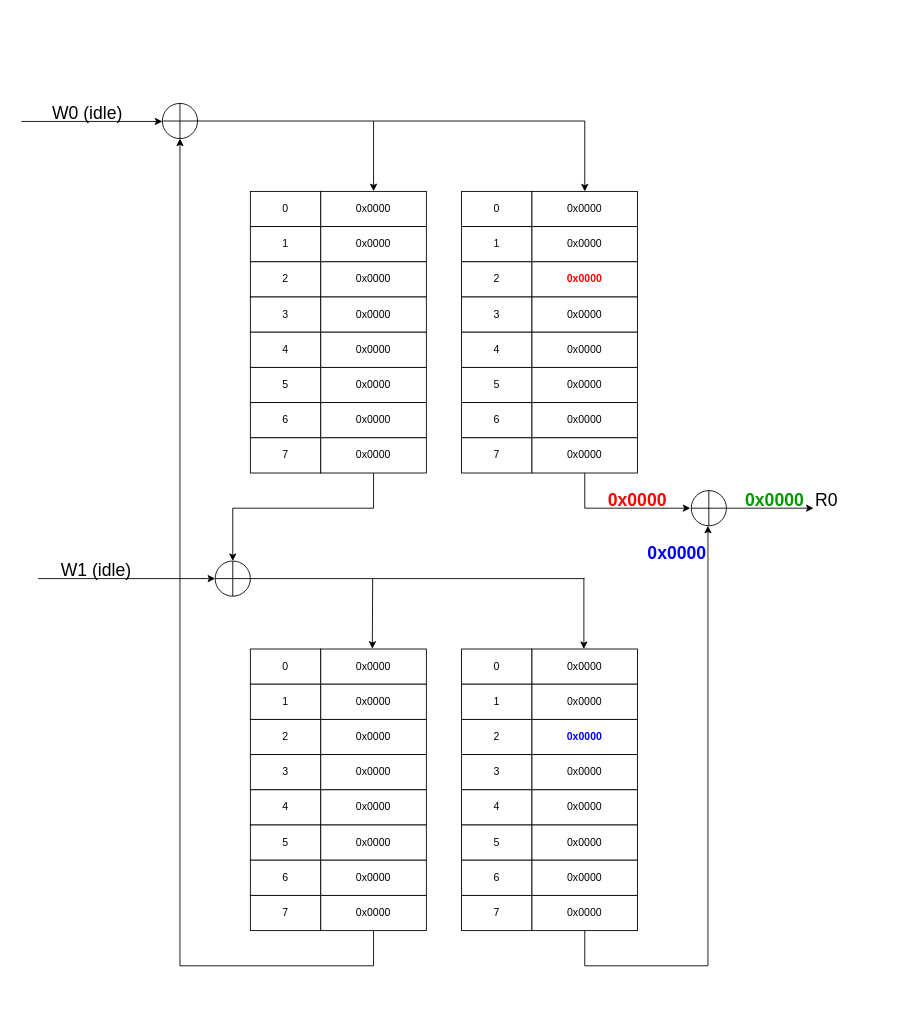
The draw.io diagram page "Init_State" (3 of 7) of assets/multiport_memories/xor_memory.drawio in tomverbeure/tomverbeure.github.io, before the edit. Source tidied: cells renumbered, new cells numbered last; positions are measured from the earlier drawing's top-left corner, leaving out a move shared by most shapes. Both pictures are drawn from the tidied source at 88%, with x=0, y=0 at pixel (21, 103).
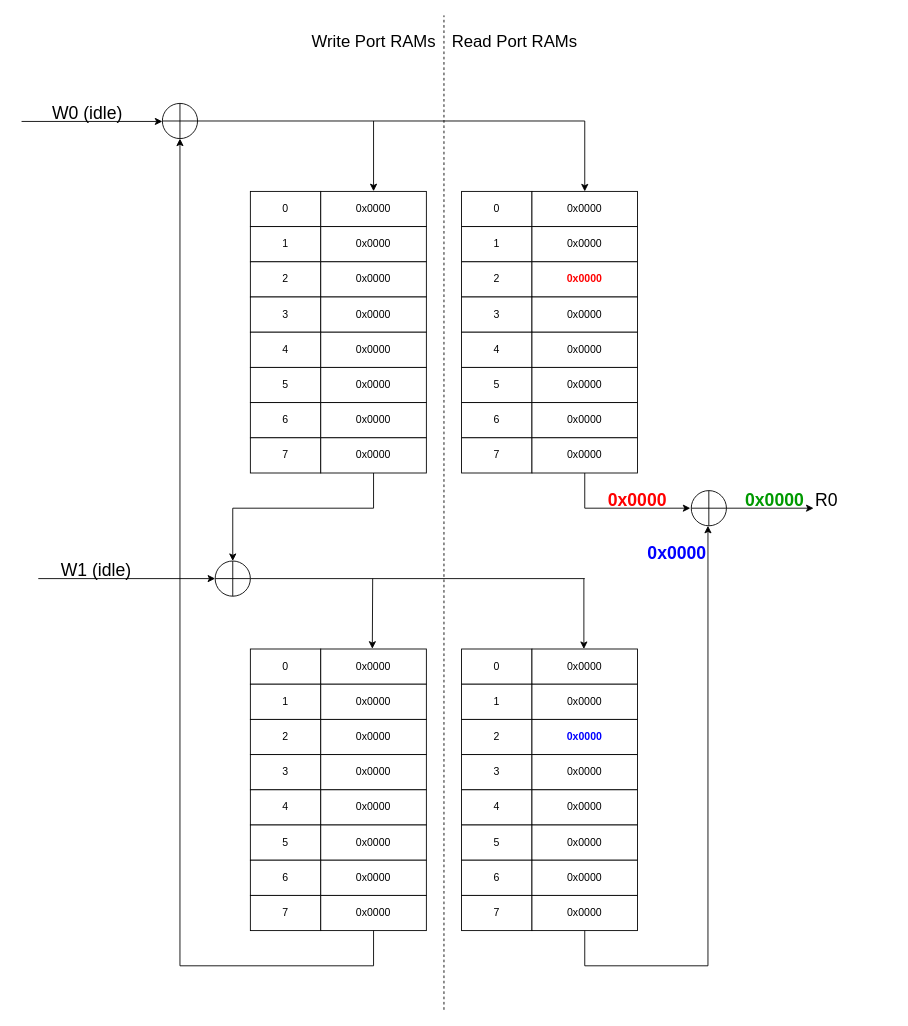
After the change.

What changed in the source:
```diff
@@
+    <mxCell id="104" style="group;" parent="1" vertex="1">
+      <mxGeometry x="320" y="-100" width="320" height="1130" as="geometry" />
+    </mxCell>
+    <mxCell id="105" style="endArrow=none;dashed=1;html=1;" parent="104" edge="1">
+      <mxGeometry relative="1" as="geometry">
+        <mxPoint x="160" y="1130" as="sourcePoint" />
+        <mxPoint x="160" as="targetPoint" />
+      </mxGeometry>
+    </mxCell>
+    <mxCell id="106" value="&lt;font style=&quot;font-size: 19px&quot;&gt;Write Port RAMs&lt;/font&gt;" style="text;html=1;align=center;verticalAlign=middle;fillColor=none;strokeColor=none;rounded=0;" parent="104" vertex="1">
+      <mxGeometry y="20" width="160" height="20" as="geometry" />
+    </mxCell>
+    <mxCell id="107" value="&lt;font style=&quot;font-size: 19px&quot;&gt;Read Port RAMs&lt;/font&gt;" style="text;html=1;align=center;verticalAlign=middle;fillColor=none;strokeColor=none;rounded=0;" parent="104" vertex="1">
+      <mxGeometry x="160" y="20" width="160" height="20" as="geometry" />
+    </mxCell>
```
